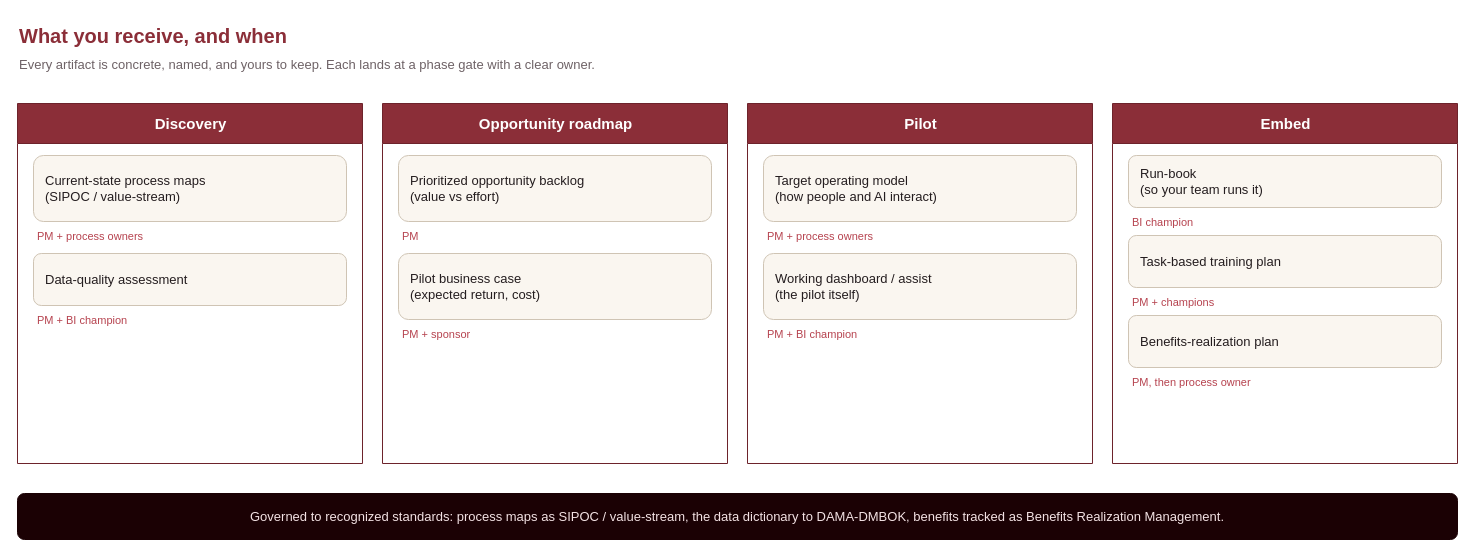
Above: diagrams/7-deliverables.drawio in ademczuk/top-spirit-delivery (draw.io), before the change. Source tidied: cells renumbered, new cells numbered last; positions are measured from the earlier drawing's top-left corner, leaving out a move shared by most shapes. Both pictures are drawn from the tidied source at 100%, with x=0, y=0 at pixel (17, 17).
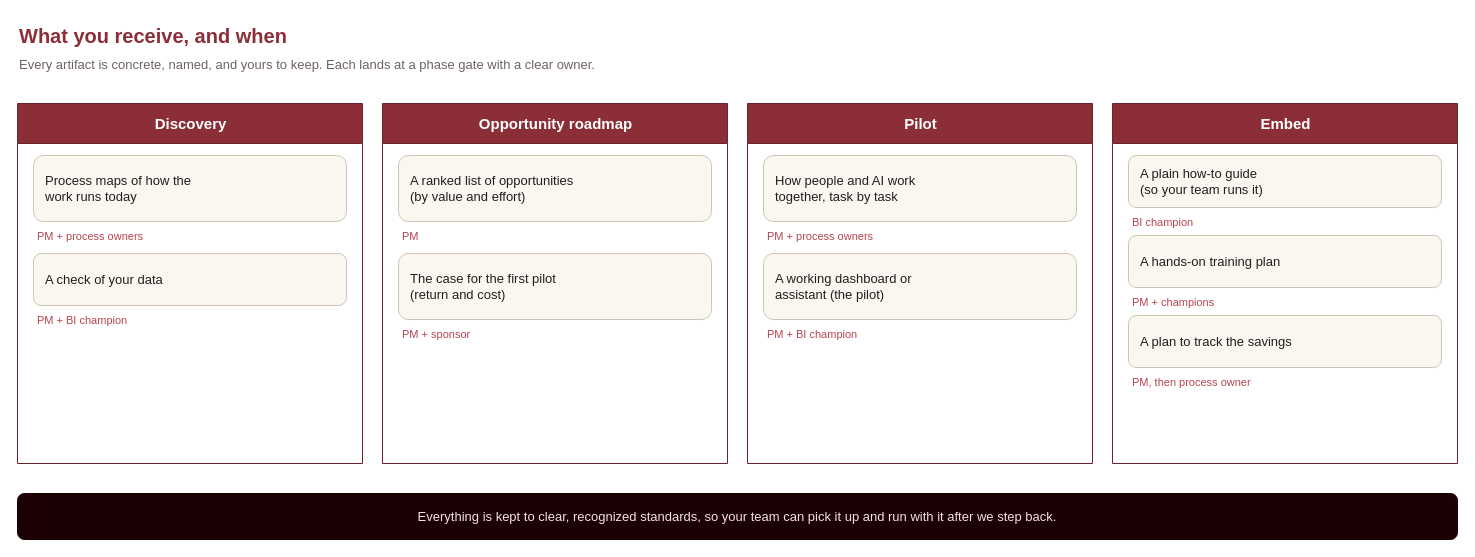
The same diagram, later.

The change refers to these unchanged cells:
```xml
<mxCell id="4" value="Discovery" style="swimlane;html=1;startSize=40;fillColor=#8b2e38;swimlaneFillColor=#ffffff;strokeColor=#6d232b;fontColor=#ffffff;fontSize=15;fontStyle=1;align=center;" parent="1" vertex="1">
  <mxGeometry y="86" width="345" height="360" as="geometry" />
</mxCell>
<mxCell id="9" value="Opportunity roadmap" style="swimlane;html=1;startSize=40;fillColor=#8b2e38;swimlaneFillColor=#ffffff;strokeColor=#6d232b;fontColor=#ffffff;fontSize=15;fontStyle=1;align=center;" parent="1" vertex="1">
  <mxGeometry x="365" y="86" width="345" height="360" as="geometry" />
</mxCell>
<mxCell id="14" value="Pilot" style="swimlane;html=1;startSize=40;fillColor=#8b2e38;swimlaneFillColor=#ffffff;strokeColor=#6d232b;fontColor=#ffffff;fontSize=15;fontStyle=1;align=center;" parent="1" vertex="1">
  <mxGeometry x="730" y="86" width="345" height="360" as="geometry" />
</mxCell>
<mxCell id="19" value="Embed" style="swimlane;html=1;startSize=40;fillColor=#8b2e38;swimlaneFillColor=#ffffff;strokeColor=#6d232b;fontColor=#ffffff;fontSize=15;fontStyle=1;align=center;" parent="1" vertex="1">
  <mxGeometry x="1095" y="86" width="345" height="360" as="geometry" />
</mxCell>
```

Change to the diagram source:
```diff
@@
-    <mxCell id="5" value="Current-state process maps&#10;(SIPOC / value-stream)" style="rounded=1;html=1;whiteSpace=wrap;fillColor=#faf6f0;strokeColor=#cfc4b4;fontColor=#241d1f;fontSize=13;align=left;verticalAlign=middle;spacingLeft=10;" parent="4" vertex="1">
+    <mxCell id="5" value="Process maps of how the&#10;work runs today" style="rounded=1;html=1;whiteSpace=wrap;fillColor=#faf6f0;strokeColor=#cfc4b4;fontColor=#241d1f;fontSize=13;align=left;verticalAlign=middle;spacingLeft=10;" parent="4" vertex="1">
       <mxGeometry x="16" y="52" width="313" height="66" as="geometry" />
     </mxCell>
@@
-    <mxCell id="7" value="Data-quality assessment" style="rounded=1;html=1;whiteSpace=wrap;fillColor=#faf6f0;strokeColor=#cfc4b4;fontColor=#241d1f;fontSize=13;align=left;verticalAlign=middle;spacingLeft=10;" parent="4" vertex="1">
+    <mxCell id="7" value="A check of your data" style="rounded=1;html=1;whiteSpace=wrap;fillColor=#faf6f0;strokeColor=#cfc4b4;fontColor=#241d1f;fontSize=13;align=left;verticalAlign=middle;spacingLeft=10;" parent="4" vertex="1">
       <mxGeometry x="16" y="150" width="313" height="52" as="geometry" />
     </mxCell>
@@
-    <mxCell id="10" value="Prioritized opportunity backlog&#10;(value vs effort)" style="rounded=1;html=1;whiteSpace=wrap;fillColor=#faf6f0;strokeColor=#cfc4b4;fontColor=#241d1f;fontSize=13;align=left;verticalAlign=middle;spacingLeft=10;" parent="9" vertex="1">
+    <mxCell id="10" value="A ranked list of opportunities&#10;(by value and effort)" style="rounded=1;html=1;whiteSpace=wrap;fillColor=#faf6f0;strokeColor=#cfc4b4;fontColor=#241d1f;fontSize=13;align=left;verticalAlign=middle;spacingLeft=10;" parent="9" vertex="1">
       <mxGeometry x="16" y="52" width="313" height="66" as="geometry" />
     </mxCell>
@@
-    <mxCell id="12" value="Pilot business case&#10;(expected return, cost)" style="rounded=1;html=1;whiteSpace=wrap;fillColor=#faf6f0;strokeColor=#cfc4b4;fontColor=#241d1f;fontSize=13;align=left;verticalAlign=middle;spacingLeft=10;" parent="9" vertex="1">
+    <mxCell id="12" value="The case for the first pilot&#10;(return and cost)" style="rounded=1;html=1;whiteSpace=wrap;fillColor=#faf6f0;strokeColor=#cfc4b4;fontColor=#241d1f;fontSize=13;align=left;verticalAlign=middle;spacingLeft=10;" parent="9" vertex="1">
       <mxGeometry x="16" y="150" width="313" height="66" as="geometry" />
     </mxCell>
@@
-    <mxCell id="15" value="Target operating model&#10;(how people and AI interact)" style="rounded=1;html=1;whiteSpace=wrap;fillColor=#faf6f0;strokeColor=#cfc4b4;fontColor=#241d1f;fontSize=13;align=left;verticalAlign=middle;spacingLeft=10;" parent="14" vertex="1">
+    <mxCell id="15" value="How people and AI work&#10;together, task by task" style="rounded=1;html=1;whiteSpace=wrap;fillColor=#faf6f0;strokeColor=#cfc4b4;fontColor=#241d1f;fontSize=13;align=left;verticalAlign=middle;spacingLeft=10;" parent="14" vertex="1">
       <mxGeometry x="16" y="52" width="313" height="66" as="geometry" />
     </mxCell>
@@
-    <mxCell id="17" value="Working dashboard / assist&#10;(the pilot itself)" style="rounded=1;html=1;whiteSpace=wrap;fillColor=#faf6f0;strokeColor=#cfc4b4;fontColor=#241d1f;fontSize=13;align=left;verticalAlign=middle;spacingLeft=10;" parent="14" vertex="1">
+    <mxCell id="17" value="A working dashboard or&#10;assistant (the pilot)" style="rounded=1;html=1;whiteSpace=wrap;fillColor=#faf6f0;strokeColor=#cfc4b4;fontColor=#241d1f;fontSize=13;align=left;verticalAlign=middle;spacingLeft=10;" parent="14" vertex="1">
       <mxGeometry x="16" y="150" width="313" height="66" as="geometry" />
     </mxCell>
@@
-    <mxCell id="20" value="Run-book&#10;(so your team runs it)" style="rounded=1;html=1;whiteSpace=wrap;fillColor=#faf6f0;strokeColor=#cfc4b4;fontColor=#241d1f;fontSize=13;align=left;verticalAlign=middle;spacingLeft=10;" parent="19" vertex="1">
+    <mxCell id="20" value="A plain how-to guide&#10;(so your team runs it)" style="rounded=1;html=1;whiteSpace=wrap;fillColor=#faf6f0;strokeColor=#cfc4b4;fontColor=#241d1f;fontSize=13;align=left;verticalAlign=middle;spacingLeft=10;" parent="19" vertex="1">
       <mxGeometry x="16" y="52" width="313" height="52" as="geometry" />
     </mxCell>
@@
-    <mxCell id="22" value="Task-based training plan" style="rounded=1;html=1;whiteSpace=wrap;fillColor=#faf6f0;strokeColor=#cfc4b4;fontColor=#241d1f;fontSize=13;align=left;verticalAlign=middle;spacingLeft=10;" parent="19" vertex="1">
+    <mxCell id="22" value="A hands-on training plan" style="rounded=1;html=1;whiteSpace=wrap;fillColor=#faf6f0;strokeColor=#cfc4b4;fontColor=#241d1f;fontSize=13;align=left;verticalAlign=middle;spacingLeft=10;" parent="19" vertex="1">
       <mxGeometry x="16" y="132" width="313" height="52" as="geometry" />
     </mxCell>
@@
-    <mxCell id="24" value="Benefits-realization plan" style="rounded=1;html=1;whiteSpace=wrap;fillColor=#faf6f0;strokeColor=#cfc4b4;fontColor=#241d1f;fontSize=13;align=left;verticalAlign=middle;spacingLeft=10;" parent="19" vertex="1">
+    <mxCell id="24" value="A plan to track the savings" style="rounded=1;html=1;whiteSpace=wrap;fillColor=#faf6f0;strokeColor=#cfc4b4;fontColor=#241d1f;fontSize=13;align=left;verticalAlign=middle;spacingLeft=10;" parent="19" vertex="1">
       <mxGeometry x="16" y="212" width="313" height="52" as="geometry" />
     </mxCell>
@@
-    <mxCell id="26" value="Governed to recognized standards: process maps as SIPOC / value-stream, the data dictionary to DAMA-DMBOK, benefits tracked as Benefits Realization Management." style="rounded=1;html=1;whiteSpace=wrap;fillColor=#1b0104;strokeColor=#1b0104;fontColor=#f3e2e4;fontSize=13;align=center;verticalAlign=middle;" parent="1" vertex="1">
+    <mxCell id="26" value="Everything is kept to clear, recognized standards, so your team can pick it up and run with it after we step back." style="rounded=1;html=1;whiteSpace=wrap;fillColor=#1b0104;strokeColor=#1b0104;fontColor=#f3e2e4;fontSize=13;align=center;verticalAlign=middle;" parent="1" vertex="1">
       <mxGeometry y="476" width="1440" height="46" as="geometry" />
     </mxCell>
```
